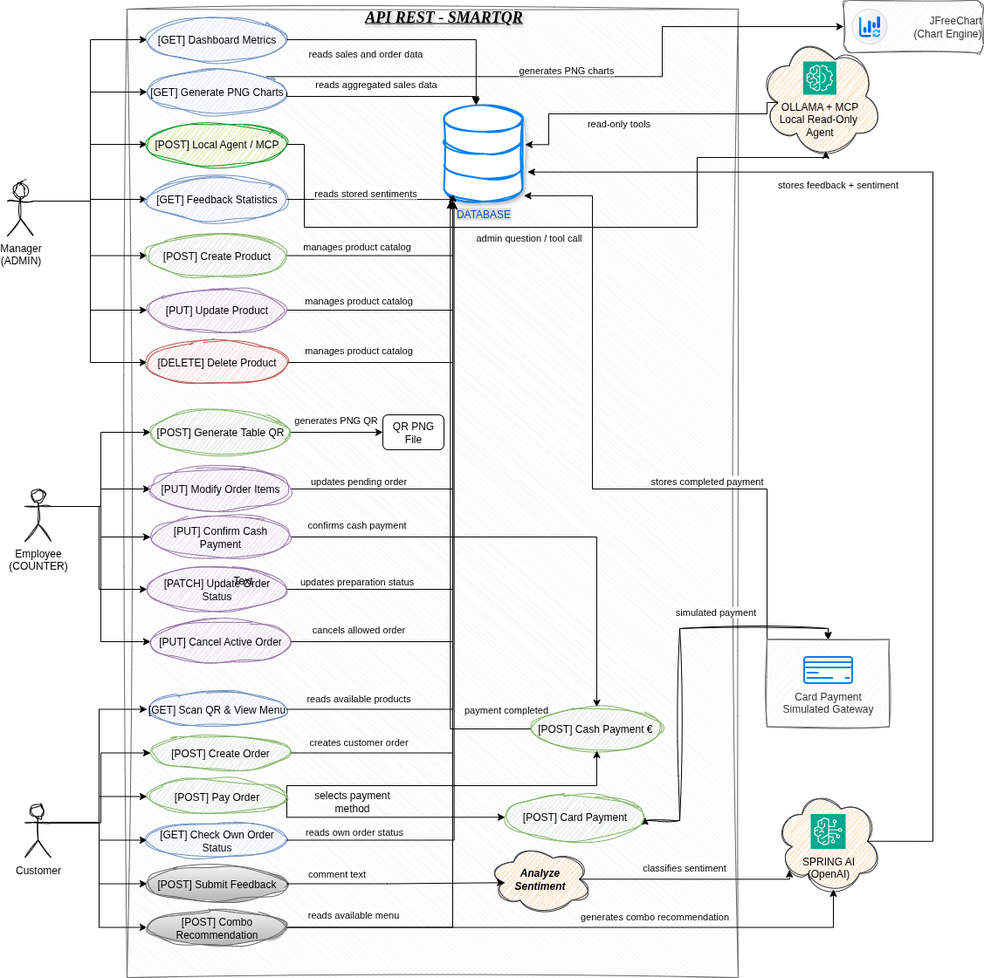
Above: docs/USE_CASE_DIAGRAM.drawio.png in fcomanuelcandela90-dev/SmartQR_API (draw.io), before the change. Source tidied: cells renumbered, new cells last; positions are measured from the earlier drawing's top-left corner, leaving out a move shared by most shapes.
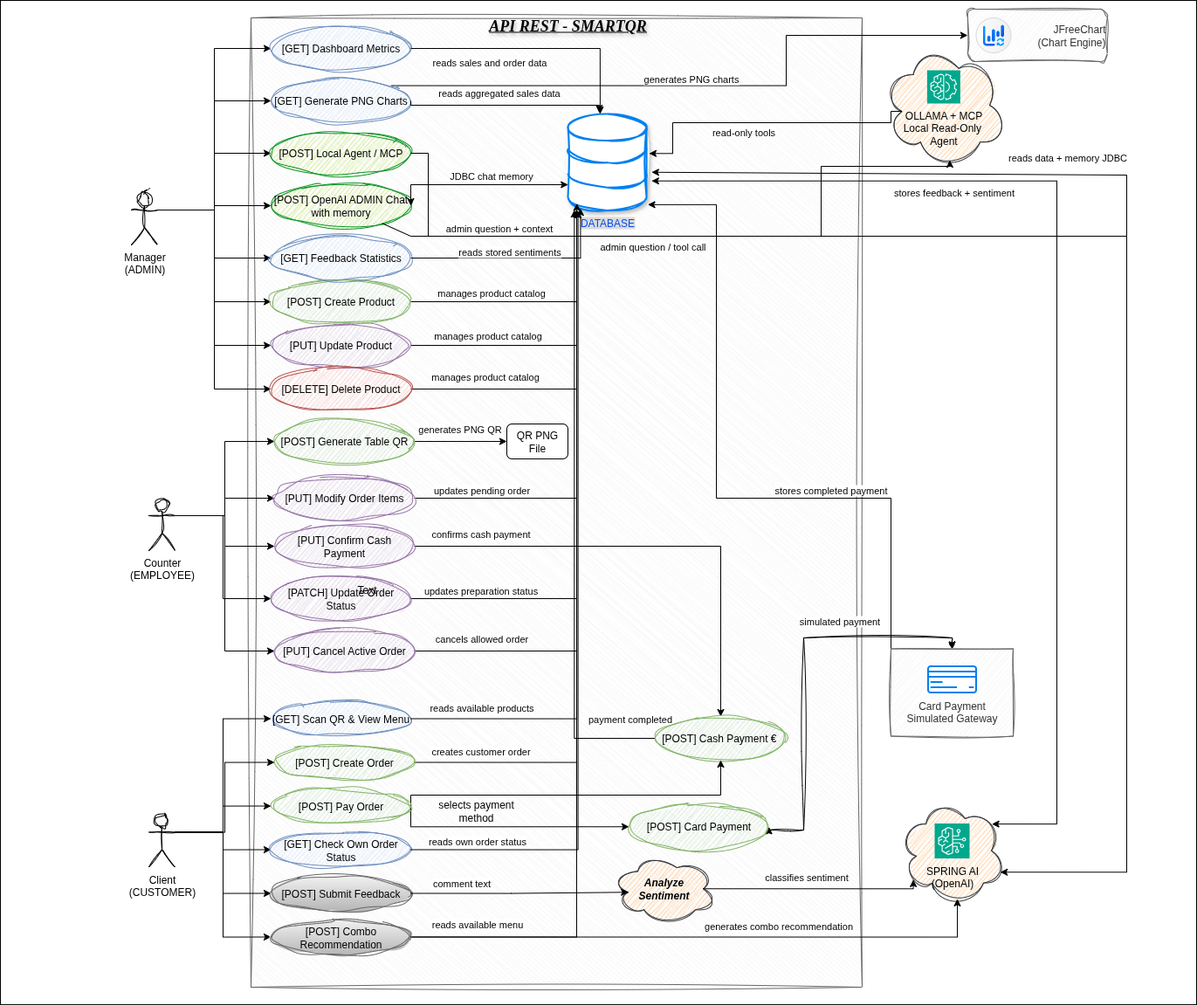
The same diagram one commit later.

Change to the diagram source:
```diff
@@ -2,6 +2,9 @@
   <root>
     <mxCell id="0" />
     <mxCell id="1" parent="0" />
+    <mxCell id="111" style="rounded=0;whiteSpace=wrap;html=1;" parent="1" vertex="1">
+      <mxGeometry x="-150" y="-10" width="1370" height="1150" as="geometry" />
+    </mxCell>
     <mxCell id="2" style="rounded=0;whiteSpace=wrap;html=1;direction=south;sketch=1;curveFitting=1;jiggle=2;strokeColor=#666666;fillColor=#f5f5f5;fontColor=#333333;" parent="1" vertex="1">
       <mxGeometry x="137" y="10" width="700" height="1110" as="geometry" />
     </mxCell>
@@ -49,6 +52,9 @@
     <mxCell id="14" style="edgeStyle=orthogonalEdgeStyle;rounded=0;jettySize=auto;html=1;exitX=1;exitY=0.3333333333333333;exitDx=0;exitDy=0;exitPerimeter=0;entryX=0;entryY=0.5;entryDx=0;entryDy=0;" parent="1" edge="1" source="15" target="43">
       <mxGeometry relative="1" as="geometry" />
     </mxCell>
+    <mxCell id="112" style="edgeStyle=orthogonalEdgeStyle;rounded=0;jettySize=auto;html=1;exitX=1;exitY=0.3333333333333333;exitDx=0;exitDy=0;exitPerimeter=0;entryX=0;entryY=0.5;entryDx=0;entryDy=0;" parent="1" edge="1" source="15" target="113">
+      <mxGeometry relative="1" as="geometry" />
+    </mxCell>
     <mxCell id="15" value="&lt;div&gt;Manager&lt;br&gt;(ADMIN)&lt;/div&gt;" style="shape=umlActor;verticalLabelPosition=bottom;verticalAlign=top;html=1;outlineConnect=0;sketch=1;curveFitting=1;jiggle=2;" parent="1" vertex="1">
       <mxGeometry y="210" width="30" height="60" as="geometry" />
     </mxCell>
@@ -67,7 +73,7 @@
     <mxCell id="20" style="edgeStyle=orthogonalEdgeStyle;rounded=0;jettySize=auto;html=1;exitX=1;exitY=0.3333333333333333;exitDx=0;exitDy=0;exitPerimeter=0;entryX=0;entryY=0.5;entryDx=0;entryDy=0;" parent="1" edge="1" source="21" target="68">
       <mxGeometry relative="1" as="geometry" />
     </mxCell>
-    <mxCell id="21" value="&lt;div&gt;Employee&lt;br&gt;(COUNTER)&lt;/div&gt;" style="shape=umlActor;verticalLabelPosition=bottom;verticalAlign=top;html=1;outlineConnect=0;sketch=1;curveFitting=1;jiggle=2;" parent="1" vertex="1">
+    <mxCell id="21" value="Counter&lt;br&gt;(EMPLOYEE)" style="shape=umlActor;verticalLabelPosition=bottom;verticalAlign=top;html=1;outlineConnect=0;sketch=1;curveFitting=1;jiggle=2;" parent="1" vertex="1">
       <mxGeometry x="20" y="560" width="30" height="60" as="geometry" />
     </mxCell>
     <mxCell id="22" style="edgeStyle=orthogonalEdgeStyle;rounded=0;jettySize=auto;html=1;exitX=1;exitY=0.3333333333333333;exitDx=0;exitDy=0;exitPerimeter=0;entryX=0;entryY=0.5;entryDx=0;entryDy=0;" parent="1" edge="1" source="28" target="54">
@@ -88,7 +94,7 @@
     <mxCell id="27" style="edgeStyle=orthogonalEdgeStyle;rounded=0;jettySize=auto;html=1;exitX=1;exitY=0.3333333333333333;exitDx=0;exitDy=0;exitPerimeter=0;entryX=0;entryY=0.5;entryDx=0;entryDy=0;" parent="1" edge="1" source="28" target="71">
       <mxGeometry relative="1" as="geometry" />
     </mxCell>
-    <mxCell id="28" value="Customer" style="shape=umlActor;verticalLabelPosition=bottom;verticalAlign=top;html=1;outlineConnect=0;sketch=1;curveFitting=1;jiggle=2;" parent="1" vertex="1">
+    <mxCell id="28" value="Client&lt;br&gt;(CUSTOMER)" style="shape=umlActor;verticalLabelPosition=bottom;verticalAlign=top;html=1;outlineConnect=0;sketch=1;curveFitting=1;jiggle=2;" parent="1" vertex="1">
       <mxGeometry x="20" y="922.5" width="30" height="60" as="geometry" />
     </mxCell>
     <mxCell id="29" value="[GET] Dashboard Metrics" style="ellipse;whiteSpace=wrap;html=1;fillColor=#dae8fc;strokeColor=#6c8ebf;sketch=1;curveFitting=1;jiggle=2;" parent="1" vertex="1">
@@ -108,7 +114,7 @@
       </mxGeometry>
     </mxCell>
     <mxCell id="33" value="[PUT] Update Product" style="ellipse;whiteSpace=wrap;html=1;fillColor=#e1d5e7;strokeColor=#9673a6;sketch=1;curveFitting=1;jiggle=2;" parent="1" vertex="1">
-      <mxGeometry x="160" y="330" width="160" height="50" as="geometry" />
+      <mxGeometry x="160" y="360" width="160" height="50" as="geometry" />
     </mxCell>
     <mxCell id="34" style="edgeStyle=orthogonalEdgeStyle;rounded=0;jettySize=auto;html=1;exitX=1;exitY=0.5;exitDx=0;exitDy=0;" parent="1" edge="1" source="36">
       <mxGeometry relative="1" as="geometry">
@@ -121,7 +127,7 @@
       </mxGeometry>
     </mxCell>
     <mxCell id="36" value="[POST] Create Product" style="ellipse;whiteSpace=wrap;html=1;fillColor=#d5e8d4;strokeColor=#82b366;sketch=1;curveFitting=1;jiggle=2;" parent="1" vertex="1">
-      <mxGeometry x="160" y="267.5" width="160" height="50" as="geometry" />
+      <mxGeometry x="160" y="310" width="160" height="50" as="geometry" />
     </mxCell>
     <mxCell id="37" value="[POST] Submit Feedback" style="ellipse;whiteSpace=wrap;html=1;fillColor=#f5f5f5;strokeColor=#666666;gradientColor=#b3b3b3;sketch=1;curveFitting=1;jiggle=2;" parent="1" vertex="1">
       <mxGeometry x="160" y="992.5" width="160" height="40" as="geometry" />
@@ -148,7 +154,7 @@
       </mxGeometry>
     </mxCell>
     <mxCell id="43" value="[DELETE] Delete Product" style="ellipse;whiteSpace=wrap;html=1;fillColor=#f8cecc;strokeColor=#b85450;sketch=1;curveFitting=1;jiggle=2;" parent="1" vertex="1">
-      <mxGeometry x="160" y="390" width="160" height="50" as="geometry" />
+      <mxGeometry x="160" y="410" width="160" height="50" as="geometry" />
     </mxCell>
     <mxCell id="44" style="edgeStyle=orthogonalEdgeStyle;rounded=0;jettySize=auto;html=1;exitX=0;exitY=0.5;exitDx=0;exitDy=0;" parent="1" edge="1" source="46">
       <mxGeometry relative="1" as="geometry">
@@ -276,7 +282,7 @@
       <mxGeometry x="160" y="1042.5" width="160" height="40" as="geometry" />
     </mxCell>
     <mxCell id="72" value="[GET] Feedback Statistics" style="ellipse;whiteSpace=wrap;html=1;fillColor=#dae8fc;strokeColor=#6c8ebf;sketch=1;curveFitting=1;jiggle=2;" parent="1" vertex="1">
-      <mxGeometry x="160" y="203" width="160" height="50" as="geometry" />
+      <mxGeometry x="160" y="260" width="160" height="50" as="geometry" />
     </mxCell>
     <mxCell id="73" style="edgeStyle=orthogonalEdgeStyle;rounded=0;jettySize=auto;html=1;exitX=1;exitY=0;exitDx=0;exitDy=0;entryX=0;entryY=0.5;entryDx=0;entryDy=0;" parent="1" edge="1" source="75" target="6">
       <mxGeometry relative="1" as="geometry">
@@ -426,10 +432,10 @@
         <mxPoint x="-1" y="-11" as="offset" />
       </mxGeometry>
     </mxCell>
-    <mxCell id="104" style="edgeStyle=orthogonalEdgeStyle;rounded=0;jettySize=auto;html=1;exitX=0.875;exitY=0.5;exitDx=0;exitDy=0;exitPerimeter=0;entryX=1.065;entryY=0.694;entryDx=0;entryDy=0;entryPerimeter=0;" parent="1" edge="1" source="7" target="62">
+    <mxCell id="104" style="edgeStyle=orthogonalEdgeStyle;rounded=0;jettySize=auto;html=1;exitX=0.88;exitY=0.25;exitDx=0;exitDy=0;exitPerimeter=0;entryX=1.065;entryY=0.694;entryDx=0;entryDy=0;entryPerimeter=0;startArrow=classic;startFill=1;" parent="1" edge="1" source="7" target="62">
       <mxGeometry relative="1" as="geometry">
         <Array as="points">
-          <mxPoint x="1060" y="964" />
+          <mxPoint x="1060" y="933" />
           <mxPoint x="1060" y="197" />
         </Array>
       </mxGeometry>
@@ -456,5 +462,47 @@
     <mxCell id="110" value="QR PNG File" style="rounded=1;whiteSpace=wrap;html=1;" parent="1" vertex="1">
       <mxGeometry x="430" y="475" width="70" height="40" as="geometry" />
     </mxCell>
+    <mxCell id="113" value="[POST] OpenAI ADMIN Chat with memory" style="ellipse;whiteSpace=wrap;html=1;fillColor=#cdeb8b;strokeColor=light-dark(#07921e, #ededed);sketch=1;curveFitting=1;jiggle=2;gradientColor=none;" parent="1" vertex="1">
+      <mxGeometry x="160" y="200" width="160" height="50" as="geometry" />
+    </mxCell>
+    <mxCell id="114" style="edgeStyle=orthogonalEdgeStyle;rounded=0;jettySize=auto;html=1;entryX=0.96;entryY=0.7;entryDx=0;entryDy=0;entryPerimeter=0;" parent="1" edge="1" source="113" target="7">
+      <mxGeometry relative="1" as="geometry">
+        <Array as="points">
+          <mxPoint x="320" y="260" />
+          <mxPoint x="1140" y="260" />
+          <mxPoint x="1140" y="988" />
+        </Array>
+      </mxGeometry>
+    </mxCell>
+    <mxCell id="115" value="admin question + context" style="edgeLabel;html=1;align=center;verticalAlign=middle;" parent="114" vertex="1">
+      <mxGeometry x="-0.28" y="-4" relative="1" as="geometry">
+        <mxPoint x="-487" y="-14" as="offset" />
+      </mxGeometry>
+    </mxCell>
+    <mxCell id="116" value="reads data + memory JDBC" style="edgeLabel;html=1;align=center;verticalAlign=middle;" parent="114" vertex="1">
+      <mxGeometry x="0.23" y="3" relative="1" as="geometry">
+        <mxPoint x="-72" y="-300" as="offset" />
+      </mxGeometry>
+    </mxCell>
+    <mxCell id="117" style="edgeStyle=orthogonalEdgeStyle;rounded=0;jettySize=auto;html=1;exitX=1;exitY=0.5;exitDx=0;exitDy=0;entryX=0.002;entryY=0.733;entryDx=0;entryDy=0;entryPerimeter=0;startArrow=classic;startFill=1;" parent="1" edge="1" source="113" target="62">
+      <mxGeometry relative="1" as="geometry">
+        <Array as="points">
+          <mxPoint x="320" y="201" />
+        </Array>
+      </mxGeometry>
+    </mxCell>
+    <mxCell id="118" value="JDBC chat memory" style="edgeLabel;html=1;align=center;verticalAlign=middle;" parent="117" vertex="1">
+      <mxGeometry x="0.13" y="-3" relative="1" as="geometry">
+        <mxPoint y="-14" as="offset" />
+      </mxGeometry>
+    </mxCell>
+    <mxCell id="119" style="endArrow=classic;html=1;rounded=0;entryX=1.065;entryY=0.604;entryDx=0;entryDy=0;entryPerimeter=0;startArrow=none;startFill=0;endFill=1;" parent="1" edge="1" target="62">
+      <mxGeometry relative="1" as="geometry">
+        <mxPoint x="1140" y="260" as="sourcePoint" />
+        <Array as="points">
+          <mxPoint x="1140" y="190" />
+        </Array>
+      </mxGeometry>
+    </mxCell>
   </root>
 </mxGraphModel>
```
